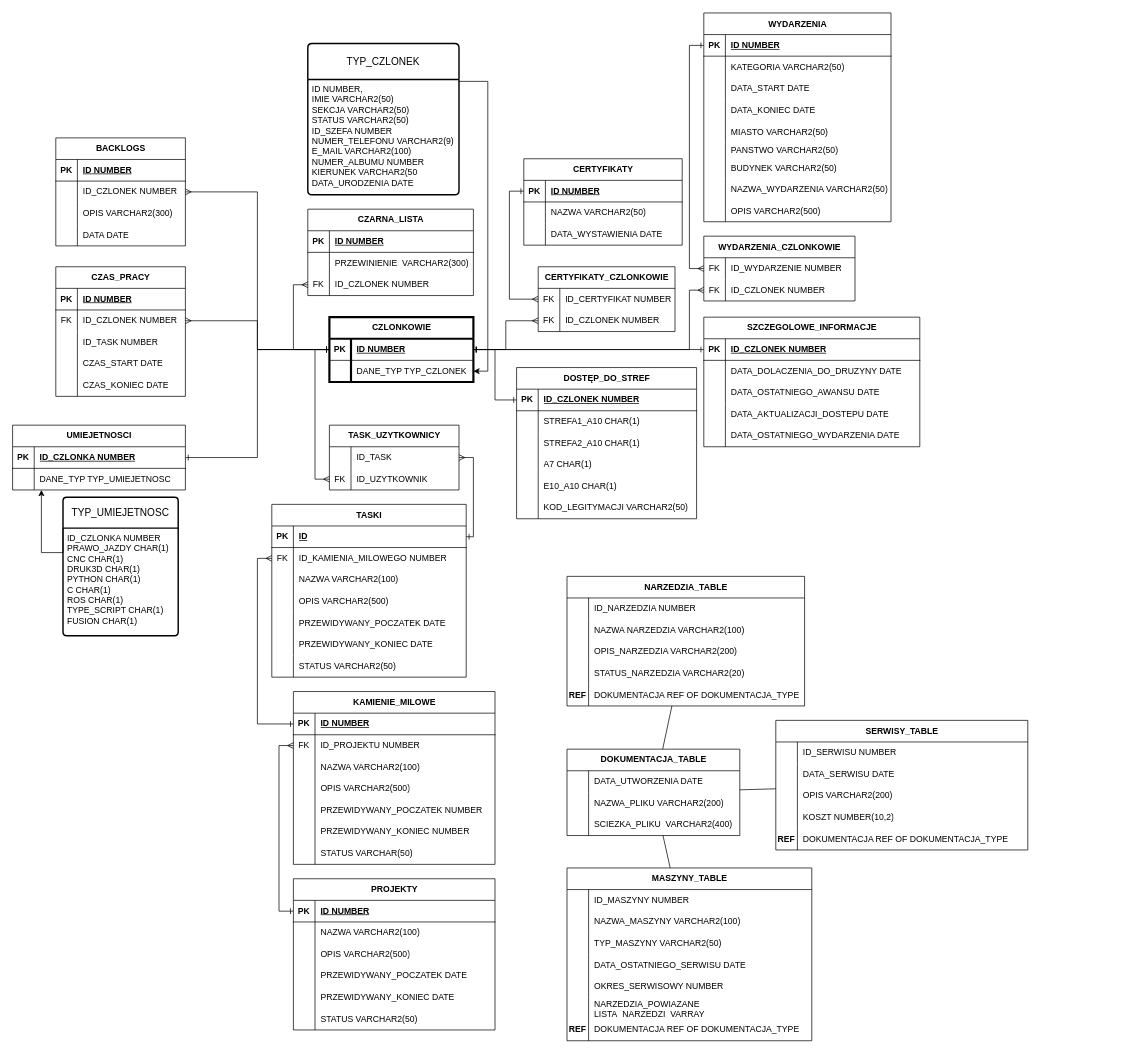
This is schemat_riobd.drawio from KacperJarosik/drow.io-scheme, a draw.io file, before an edit. Source tidied: cells renumbered, new cells numbered last; positions are measured from the earlier drawing's top-left corner, leaving out a move shared by most shapes. Both pictures are drawn from the tidied source at 72%, with x=0, y=0 at pixel (12, 13).
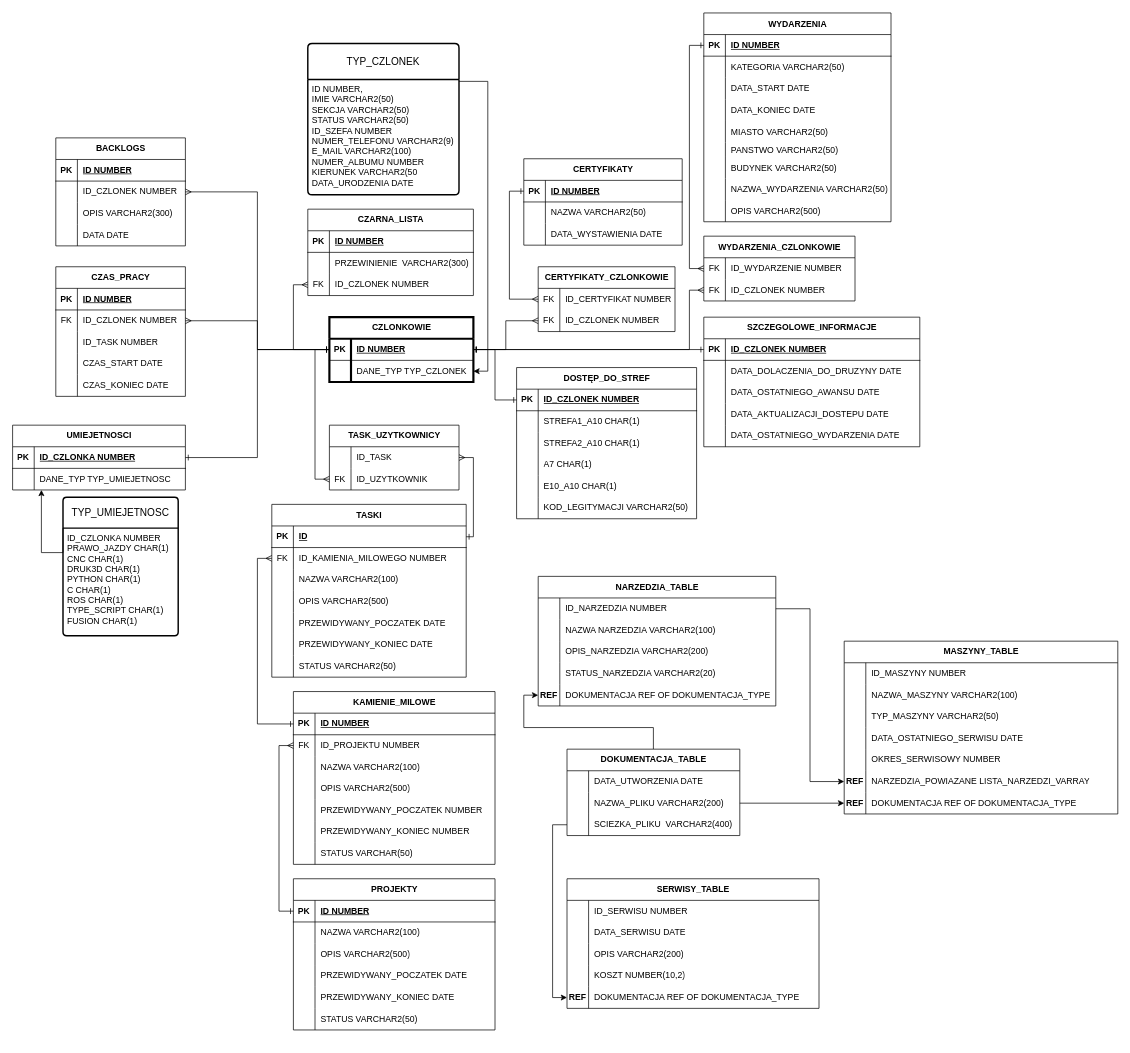
After the change.

Unchanged cells that the change refers to:
```xml
<mxCell id="232" value="DOKUMENTACJA_TABLE" style="shape=table;startSize=30;childLayout=tableLayout;rowLines=0;fontStyle=1;align=center;html=1;" parent="1" vertex="1">
  <mxGeometry x="770" y="1022" width="240" height="120" as="geometry" />
</mxCell>
<mxCell id="236" style="shape=tableRow;horizontal=0;startSize=0;swimlaneHead=0;swimlaneBody=0;fillColor=none;points=[[0,0.5],[1,0.5]];portConstraint=eastwest;top=0;left=0;right=0;bottom=0;" parent="232" vertex="1">
  <mxGeometry y="60" width="240" height="30" as="geometry" />
</mxCell>
<mxCell id="239" style="shape=tableRow;horizontal=0;startSize=0;swimlaneHead=0;swimlaneBody=0;fillColor=none;points=[[0,0.5],[1,0.5]];portConstraint=eastwest;top=0;left=0;right=0;bottom=0;" parent="232" vertex="1">
  <mxGeometry y="90" width="240" height="30" as="geometry" />
</mxCell>
<mxCell id="255" style="shape=tableRow;horizontal=0;startSize=0;swimlaneHead=0;swimlaneBody=0;fillColor=none;points=[[0,0.5],[1,0.5]];portConstraint=eastwest;top=0;left=0;right=0;bottom=0;" parent="242" vertex="1">
  <mxGeometry y="150" width="350" height="30" as="geometry" />
</mxCell>
<mxCell id="281" style="shape=tableRow;horizontal=0;startSize=0;swimlaneHead=0;swimlaneBody=0;fillColor=none;points=[[0,0.5],[1,0.5]];portConstraint=eastwest;top=0;left=0;right=0;bottom=0;" parent="280" vertex="1">
  <mxGeometry y="30" width="330" height="30" as="geometry" />
</mxCell>
<mxCell id="293" style="shape=tableRow;horizontal=0;startSize=0;swimlaneHead=0;swimlaneBody=0;fillColor=none;points=[[0,0.5],[1,0.5]];portConstraint=eastwest;top=0;left=0;right=0;bottom=0;" parent="280" vertex="1">
  <mxGeometry y="150" width="330" height="30" as="geometry" />
</mxCell>
```

Diff of the diagram source:
```diff
@@
+    <mxCell id="299" style="edgeStyle=orthogonalEdgeStyle;rounded=0;jettySize=auto;html=1;exitX=0.5;exitY=0;exitDx=0;exitDy=0;" parent="1" edge="1" source="232" target="293">
+      <mxGeometry relative="1" as="geometry" />
+    </mxCell>
@@
     <mxCell id="242" value="SERWISY_TABLE" style="shape=table;startSize=30;childLayout=tableLayout;rowLines=0;fontStyle=1;align=center;html=1;" parent="1" vertex="1">
-      <mxGeometry x="1060" y="982" width="350" height="180" as="geometry" />
+      <mxGeometry x="770" y="1202" width="350" height="180" as="geometry" />
     </mxCell>
@@
     <mxCell id="258" value="MASZYNY_TABLE" style="shape=table;startSize=30;childLayout=tableLayout;rowLines=0;fontStyle=1;align=center;html=1;" parent="1" vertex="1">
-      <mxGeometry x="770" y="1187" width="340" height="240" as="geometry" />
+      <mxGeometry x="1155" y="872" width="380" height="240" as="geometry" />
     </mxCell>
     <mxCell id="259" style="shape=tableRow;horizontal=0;startSize=0;swimlaneHead=0;swimlaneBody=0;fillColor=none;top=0;left=0;right=0;bottom=0;" parent="258" vertex="1">
-      <mxGeometry y="30" width="340" height="30" as="geometry" />
+      <mxGeometry y="30" width="380" height="30" as="geometry" />
     </mxCell>
@@
     <mxCell id="261" value="ID_MASZYNY NUMBER" style="shape=partialRectangle;fillColor=none;top=0;left=0;bottom=0;right=0;align=left;spacingLeft=6;overflow=hidden;whiteSpace=wrap;html=1;" parent="259" vertex="1">
-      <mxGeometry x="30" width="310" height="30" as="geometry" />
+      <mxGeometry x="30" width="350" height="30" as="geometry" />
     </mxCell>
     <mxCell id="262" style="shape=tableRow;horizontal=0;startSize=0;swimlaneHead=0;swimlaneBody=0;fillColor=none;top=0;left=0;right=0;bottom=0;" parent="258" vertex="1">
-      <mxGeometry y="60" width="340" height="30" as="geometry" />
+      <mxGeometry y="60" width="380" height="30" as="geometry" />
     </mxCell>
@@
     <mxCell id="264" value="NAZWA_MASZYNY VARCHAR2(100)" style="shape=partialRectangle;fillColor=none;top=0;left=0;bottom=0;right=0;align=left;spacingLeft=6;overflow=hidden;whiteSpace=wrap;html=1;" parent="262" vertex="1">
-      <mxGeometry x="30" width="310" height="30" as="geometry" />
+      <mxGeometry x="30" width="350" height="30" as="geometry" />
     </mxCell>
     <mxCell id="265" style="shape=tableRow;horizontal=0;startSize=0;swimlaneHead=0;swimlaneBody=0;fillColor=none;top=0;left=0;right=0;bottom=0;" parent="258" vertex="1">
-      <mxGeometry y="90" width="340" height="30" as="geometry" />
+      <mxGeometry y="90" width="380" height="30" as="geometry" />
     </mxCell>
@@
     <mxCell id="267" value="TYP_MASZYNY VARCHAR2(50)" style="shape=partialRectangle;fillColor=none;top=0;left=0;bottom=0;right=0;align=left;spacingLeft=6;overflow=hidden;whiteSpace=wrap;html=1;" parent="265" vertex="1">
-      <mxGeometry x="30" width="310" height="30" as="geometry" />
+      <mxGeometry x="30" width="350" height="30" as="geometry" />
     </mxCell>
     <mxCell id="268" style="shape=tableRow;horizontal=0;startSize=0;swimlaneHead=0;swimlaneBody=0;fillColor=none;top=0;left=0;right=0;bottom=0;" parent="258" vertex="1">
-      <mxGeometry y="120" width="340" height="30" as="geometry" />
+      <mxGeometry y="120" width="380" height="30" as="geometry" />
     </mxCell>
@@
     <mxCell id="270" value="DATA_OSTATNIEGO_SERWISU DATE" style="shape=partialRectangle;fillColor=none;top=0;left=0;bottom=0;right=0;align=left;spacingLeft=6;overflow=hidden;whiteSpace=wrap;html=1;" parent="268" vertex="1">
-      <mxGeometry x="30" width="310" height="30" as="geometry" />
+      <mxGeometry x="30" width="350" height="30" as="geometry" />
     </mxCell>
     <mxCell id="271" style="shape=tableRow;horizontal=0;startSize=0;swimlaneHead=0;swimlaneBody=0;fillColor=none;top=0;left=0;right=0;bottom=0;" parent="258" vertex="1">
-      <mxGeometry y="150" width="340" height="30" as="geometry" />
+      <mxGeometry y="150" width="380" height="30" as="geometry" />
     </mxCell>
@@
     <mxCell id="273" value="OKRES_SERWISOWY NUMBER" style="shape=partialRectangle;fillColor=none;top=0;left=0;bottom=0;right=0;align=left;spacingLeft=6;overflow=hidden;whiteSpace=wrap;html=1;" parent="271" vertex="1">
-      <mxGeometry x="30" width="310" height="30" as="geometry" />
+      <mxGeometry x="30" width="350" height="30" as="geometry" />
     </mxCell>
     <mxCell id="274" style="shape=tableRow;horizontal=0;startSize=0;swimlaneHead=0;swimlaneBody=0;fillColor=none;points=[[0,0.5],[1,0.5]];portConstraint=eastwest;top=0;left=0;right=0;bottom=0;" parent="258" vertex="1">
-      <mxGeometry y="180" width="340" height="30" as="geometry" />
+      <mxGeometry y="180" width="380" height="30" as="geometry" />
     </mxCell>
-    <mxCell id="275" style="shape=partialRectangle;fillColor=none;top=0;left=0;bottom=0;right=0;overflow=hidden;whiteSpace=wrap;html=1;" parent="274" vertex="1">
+    <mxCell id="275" value="&lt;b&gt;REF&lt;/b&gt;" style="shape=partialRectangle;fillColor=none;top=0;left=0;bottom=0;right=0;overflow=hidden;whiteSpace=wrap;html=1;" parent="274" vertex="1">
       <mxGeometry width="30" height="30" as="geometry" />
     </mxCell>
     <mxCell id="276" value="NARZEDZIA_POWIAZANE LISTA_NARZEDZI_VARRAY" style="shape=partialRectangle;fillColor=none;top=0;left=0;bottom=0;right=0;align=left;spacingLeft=6;overflow=hidden;whiteSpace=wrap;html=1;" parent="274" vertex="1">
-      <mxGeometry x="30" width="310" height="30" as="geometry" />
+      <mxGeometry x="30" width="350" height="30" as="geometry" />
     </mxCell>
     <mxCell id="277" style="shape=tableRow;horizontal=0;startSize=0;swimlaneHead=0;swimlaneBody=0;fillColor=none;points=[[0,0.5],[1,0.5]];portConstraint=eastwest;top=0;left=0;right=0;bottom=0;" parent="258" vertex="1">
-      <mxGeometry y="210" width="340" height="30" as="geometry" />
+      <mxGeometry y="210" width="380" height="30" as="geometry" />
     </mxCell>
@@
     <mxCell id="279" value="DOKUMENTACJA REF OF DOKUMENTACJA_TYPE" style="shape=partialRectangle;fillColor=none;top=0;left=0;bottom=0;right=0;align=left;spacingLeft=6;overflow=hidden;whiteSpace=wrap;html=1;" parent="277" vertex="1">
-      <mxGeometry x="30" width="310" height="30" as="geometry" />
+      <mxGeometry x="30" width="350" height="30" as="geometry" />
     </mxCell>
     <mxCell id="280" value="NARZEDZIA_TABLE" style="shape=table;startSize=30;childLayout=tableLayout;rowLines=0;fontStyle=1;align=center;html=1;" parent="1" vertex="1">
-      <mxGeometry x="770" y="782" width="330" height="180" as="geometry" />
+      <mxGeometry x="730" y="782" width="330" height="180" as="geometry" />
     </mxCell>
@@
-    <mxCell id="296" style="endArrow=none;html=1;rounded=0;" parent="1" edge="1" source="232" target="280">
-      <mxGeometry relative="1" as="geometry" />
-    </mxCell>
-    <mxCell id="297" style="endArrow=none;html=1;rounded=0;" parent="1" edge="1" source="232" target="242">
-      <mxGeometry relative="1" as="geometry" />
-    </mxCell>
-    <mxCell id="298" style="endArrow=none;html=1;rounded=0;" parent="1" edge="1" source="232" target="258">
-      <mxGeometry relative="1" as="geometry" />
-    </mxCell>
+    <mxCell id="300" style="edgeStyle=orthogonalEdgeStyle;rounded=0;jettySize=auto;html=1;exitX=1;exitY=0.5;exitDx=0;exitDy=0;" parent="1" edge="1" source="236" target="277">
+      <mxGeometry relative="1" as="geometry" />
+    </mxCell>
+    <mxCell id="301" style="edgeStyle=orthogonalEdgeStyle;rounded=0;jettySize=auto;html=1;exitX=1;exitY=0.5;exitDx=0;exitDy=0;" parent="1" edge="1" source="281" target="274">
+      <mxGeometry relative="1" as="geometry" />
+    </mxCell>
+    <mxCell id="302" style="edgeStyle=orthogonalEdgeStyle;rounded=0;jettySize=auto;html=1;exitX=0;exitY=0.5;exitDx=0;exitDy=0;" parent="1" edge="1" source="239" target="255">
+      <mxGeometry relative="1" as="geometry" />
+    </mxCell>
```
